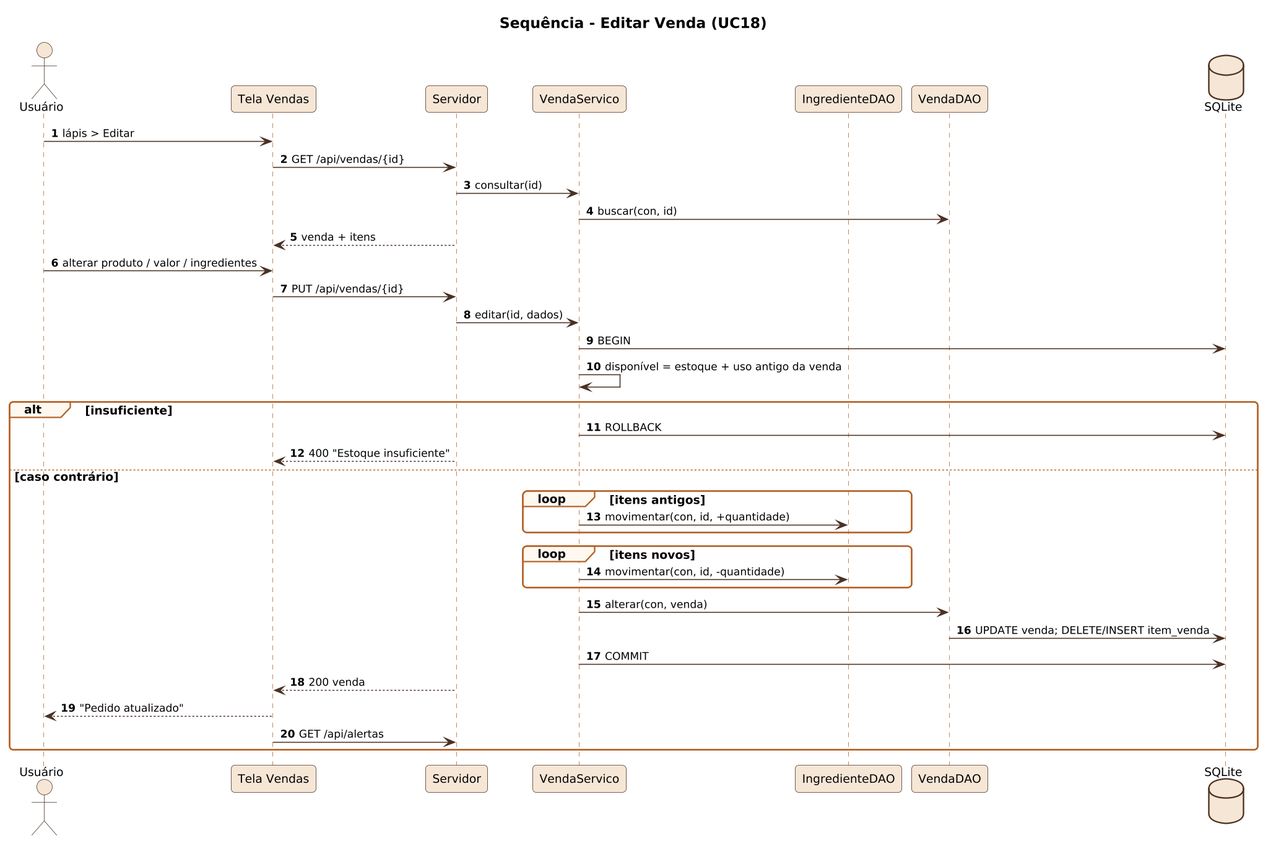
Hallff/ConfeitaSys keeps this PlantUML diagram as docs/diagramas/png/S11_seq_editar_venda.png. Above is the earlier version. Source of this version:
```plantuml
@startuml
!include _seq.iuml
title Sequência - Editar Venda (UC18)
actor Usuário as U
participant "Tela Vendas" as T
participant Servidor as S
participant VendaServico as VS
participant IngredienteDAO as ID
participant VendaDAO as VD
database SQLite as DB
U -> T : lápis > Editar
T -> S : GET /api/vendas/{id}
S -> VS : consultar(id)
VS -> VD : buscar(con, id)
S --> T : venda + itens
U -> T : alterar produto / valor / ingredientes
T -> S : PUT /api/vendas/{id}
S -> VS : editar(id, dados)
VS -> DB : BEGIN
VS -> VS : disponível = estoque + uso antigo da venda
alt insuficiente
  VS -> DB : ROLLBACK
  S --> T : 400 "Estoque insuficiente"
else caso contrário
  loop itens antigos
    VS -> ID : movimentar(con, id, +quantidade)
  end
  loop itens novos
    VS -> ID : movimentar(con, id, -quantidade)
  end
  VS -> VD : alterar(con, venda)
  VD -> DB : UPDATE venda; DELETE/INSERT item_venda
  VS -> DB : COMMIT
  S --> T : 200 venda
  T --> U : "Pedido atualizado"
  T -> S : GET /api/alertas
end
@enduml
```
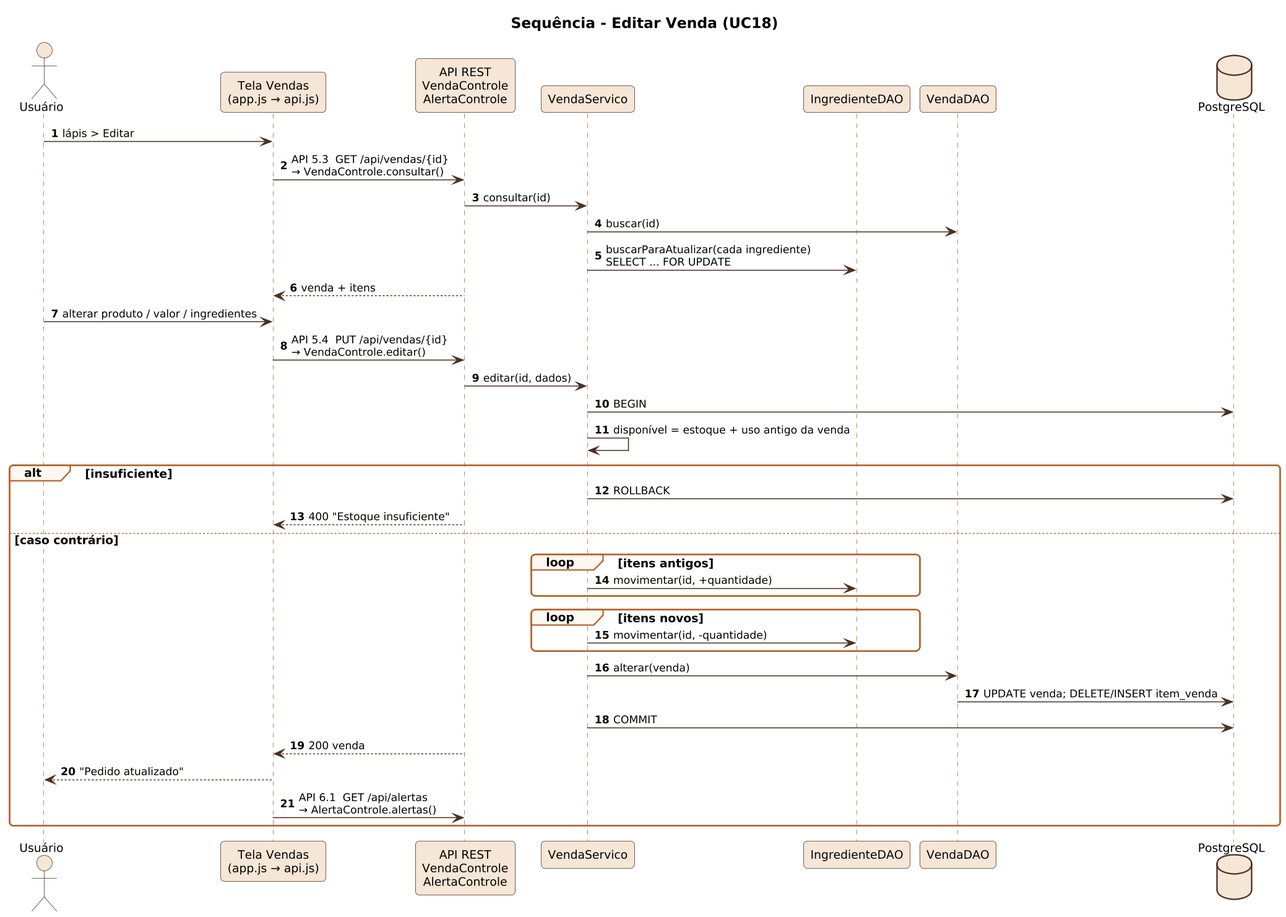
Later version of the same file.

What changed in the source:
```diff
@@ -2,19 +2,20 @@
 !include _seq.iuml
 title Sequência - Editar Venda (UC18)
 actor Usuário as U
-participant "Tela Vendas" as T
-participant Servidor as S
+participant "Tela Vendas\n(app.js → api.js)" as T
+participant "API REST\nVendaControle\nAlertaControle" as S
 participant VendaServico as VS
 participant IngredienteDAO as ID
 participant VendaDAO as VD
-database SQLite as DB
+database "PostgreSQL" as DB
 U -> T : lápis > Editar
-T -> S : GET /api/vendas/{id}
+T -> S : API 5.3  GET /api/vendas/{id}\n→ VendaControle.consultar()
 S -> VS : consultar(id)
-VS -> VD : buscar(con, id)
+VS -> VD : buscar(id)
+VS -> ID : buscarParaAtualizar(cada ingrediente)\nSELECT ... FOR UPDATE
 S --> T : venda + itens
 U -> T : alterar produto / valor / ingredientes
-T -> S : PUT /api/vendas/{id}
+T -> S : API 5.4  PUT /api/vendas/{id}\n→ VendaControle.editar()
 S -> VS : editar(id, dados)
 VS -> DB : BEGIN
 VS -> VS : disponível = estoque + uso antigo da venda
@@ -23,16 +24,16 @@
   S --> T : 400 "Estoque insuficiente"
 else caso contrário
   loop itens antigos
-    VS -> ID : movimentar(con, id, +quantidade)
+    VS -> ID : movimentar(id, +quantidade)
   end
   loop itens novos
-    VS -> ID : movimentar(con, id, -quantidade)
+    VS -> ID : movimentar(id, -quantidade)
   end
-  VS -> VD : alterar(con, venda)
+  VS -> VD : alterar(venda)
   VD -> DB : UPDATE venda; DELETE/INSERT item_venda
   VS -> DB : COMMIT
   S --> T : 200 venda
   T --> U : "Pedido atualizado"
-  T -> S : GET /api/alertas
+  T -> S : API 6.1  GET /api/alertas\n→ AlertaControle.alertas()
 end
 @enduml
```
